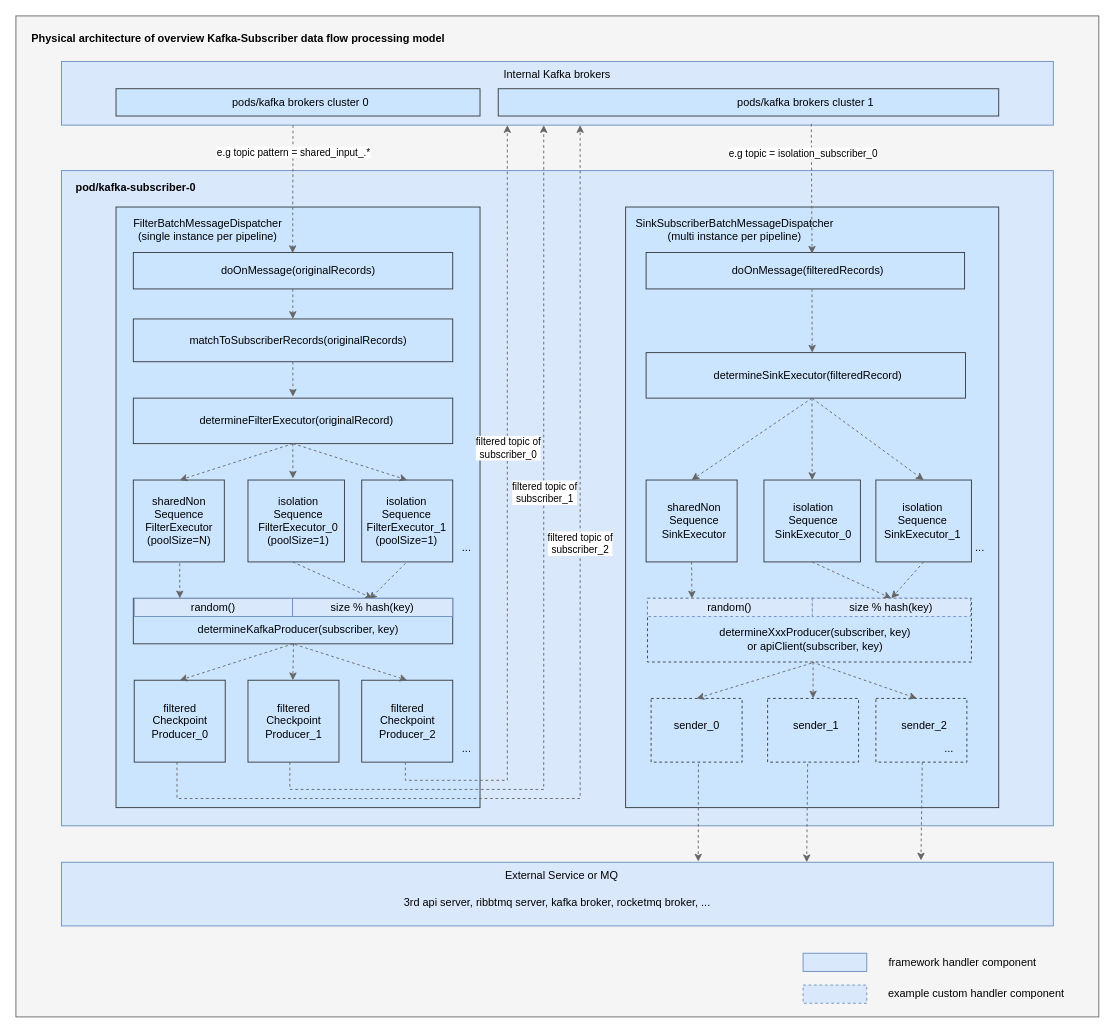
Earlier version of the draw.io diagram docs/physical-architecture-details-multitenant.drawio (wl4g/dataconnector). Source tidied: cells renumbered, new cells numbered last; positions are measured from the earlier drawing's top-left corner, leaving out a move shared by most shapes. Both pictures are drawn from the tidied source at 91%, with x=0, y=0 at pixel (15, 15).
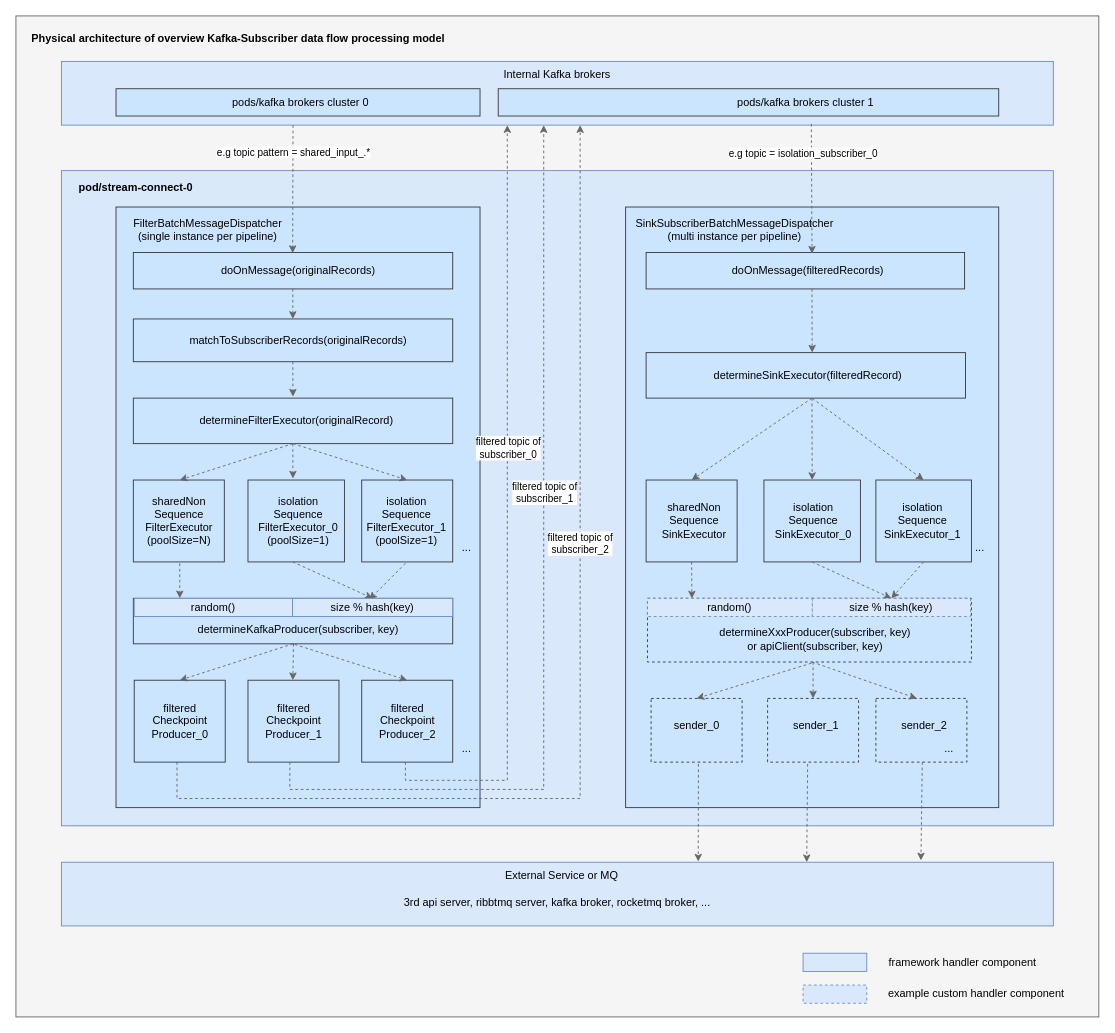
The same diagram, later.

Diff of the diagram source:
```diff
@@
-    <mxCell id="7" value="pod/kafka-subscriber-0" style="text;html=1;strokeColor=none;fillColor=none;align=center;verticalAlign=middle;whiteSpace=wrap;rounded=0;fontStyle=1;" parent="1" vertex="1">
+    <mxCell id="7" value="pod/stream-connect-0" style="text;html=1;strokeColor=none;fillColor=none;align=center;verticalAlign=middle;whiteSpace=wrap;rounded=0;fontStyle=1;" parent="1" vertex="1">
       <mxGeometry x="56" y="174" width="152" height="30" as="geometry" />
     </mxCell>
```
